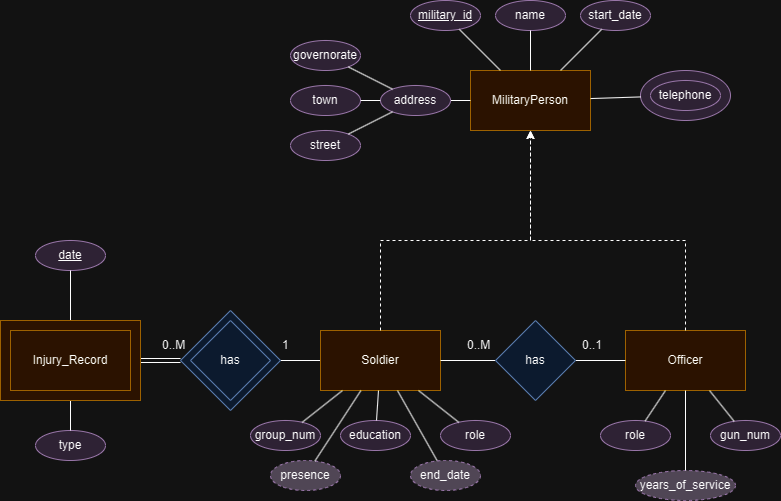
Above: documentation/MUP ERD.drawio.png in Khalid-Tarek/MUP (draw.io), before the change. Source tidied: cells renumbered, new cells last; positions are measured from the earlier drawing's top-left corner, leaving out a move shared by most shapes.
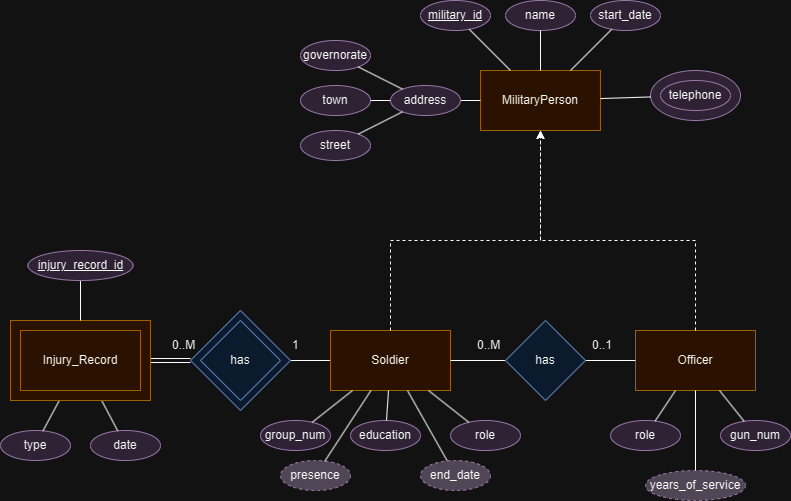
The same diagram one commit later.

Change to the diagram source:
```diff
@@ -38,14 +38,14 @@
     <mxCell id="13" style="rounded=0;jettySize=auto;html=1;endArrow=none;endFill=0;shape=link;width=4;" parent="1" edge="1" source="29" target="25">
       <mxGeometry relative="1" as="geometry" />
     </mxCell>
-    <mxCell id="14" value="&lt;u&gt;date&lt;/u&gt;" style="ellipse;whiteSpace=wrap;html=1;fillColor=#e1d5e7;strokeColor=#9673a6;" parent="1" vertex="1">
-      <mxGeometry x="35" y="240" width="70" height="30" as="geometry" />
+    <mxCell id="14" value="&lt;span&gt;date&lt;/span&gt;" style="ellipse;whiteSpace=wrap;html=1;fillColor=#e1d5e7;strokeColor=#9673a6;fontStyle=0;" parent="1" vertex="1">
+      <mxGeometry x="80" y="430" width="70" height="30" as="geometry" />
     </mxCell>
     <mxCell id="15" style="rounded=0;jettySize=auto;html=1;endArrow=none;endFill=0;" parent="1" edge="1" source="25" target="14">
       <mxGeometry relative="1" as="geometry" />
     </mxCell>
     <mxCell id="16" value="type" style="ellipse;whiteSpace=wrap;html=1;fillColor=#e1d5e7;strokeColor=#9673a6;" parent="1" vertex="1">
-      <mxGeometry x="35" y="430" width="70" height="30" as="geometry" />
+      <mxGeometry x="-10" y="430" width="70" height="30" as="geometry" />
     </mxCell>
     <mxCell id="17" style="rounded=0;jettySize=auto;html=1;endArrow=none;endFill=0;" parent="1" edge="1" source="16" target="25">
       <mxGeometry relative="1" as="geometry" />
@@ -192,5 +192,11 @@
     <mxCell id="61" style="rounded=0;jettySize=auto;html=1;endArrow=none;endFill=0;" parent="1" edge="1" source="19" target="60">
       <mxGeometry relative="1" as="geometry" />
     </mxCell>
+    <mxCell id="62" style="rounded=0;jettySize=auto;html=1;exitX=0.5;exitY=1;exitDx=0;exitDy=0;entryX=0.5;entryY=0;entryDx=0;entryDy=0;endArrow=none;endFill=0;" parent="1" edge="1" source="63" target="25">
+      <mxGeometry relative="1" as="geometry" />
+    </mxCell>
+    <mxCell id="63" value="&lt;span&gt;&lt;u&gt;injury_record_id&lt;/u&gt;&lt;/span&gt;" style="ellipse;whiteSpace=wrap;html=1;fillColor=#e1d5e7;strokeColor=#9673a6;fontStyle=0;" parent="1" vertex="1">
+      <mxGeometry x="17.5" y="250" width="105" height="30" as="geometry" />
+    </mxCell>
   </root>
 </mxGraphModel>
```
